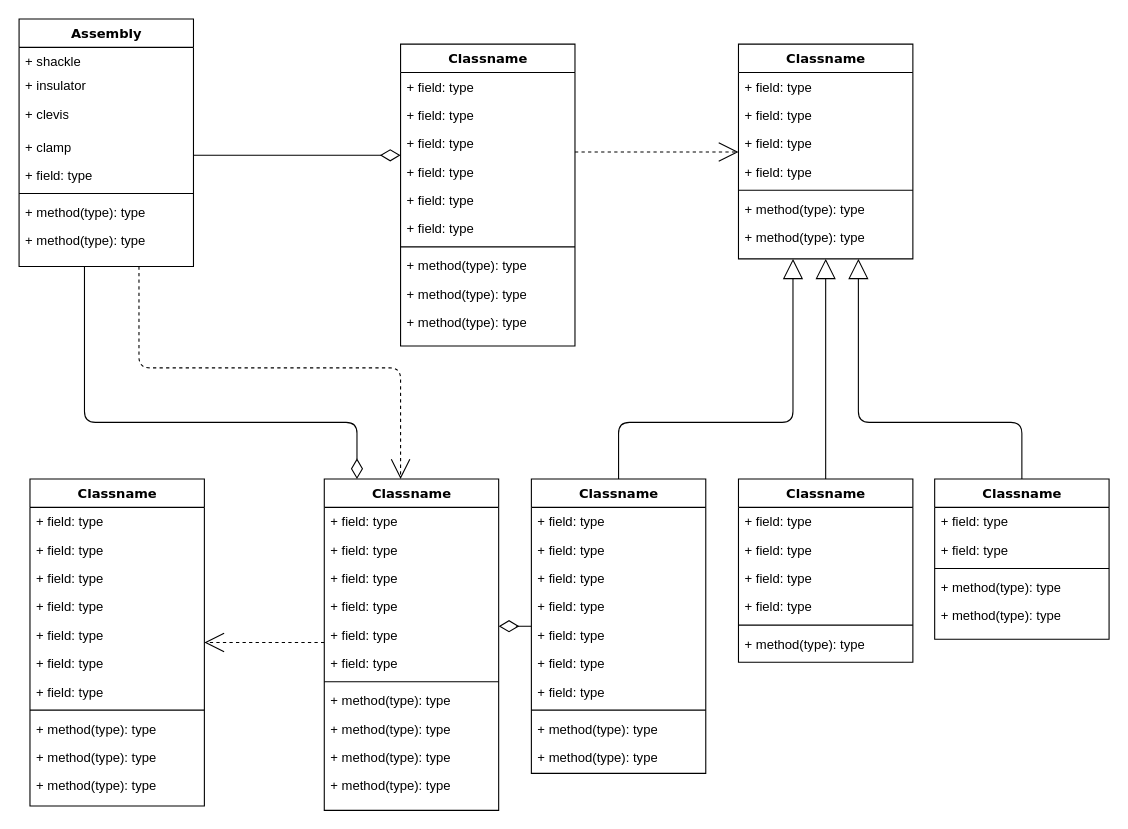
cullinap/eldorado keeps this draw.io diagram as img/Untitled Diagram.drawio. Above is the earlier version. Source tidied: cells renumbered, new cells numbered last; positions are measured from the earlier drawing's top-left corner, leaving out a move shared by most shapes. Both pictures are drawn from the tidied source at 109%, with x=0, y=0 at pixel (19, 19).
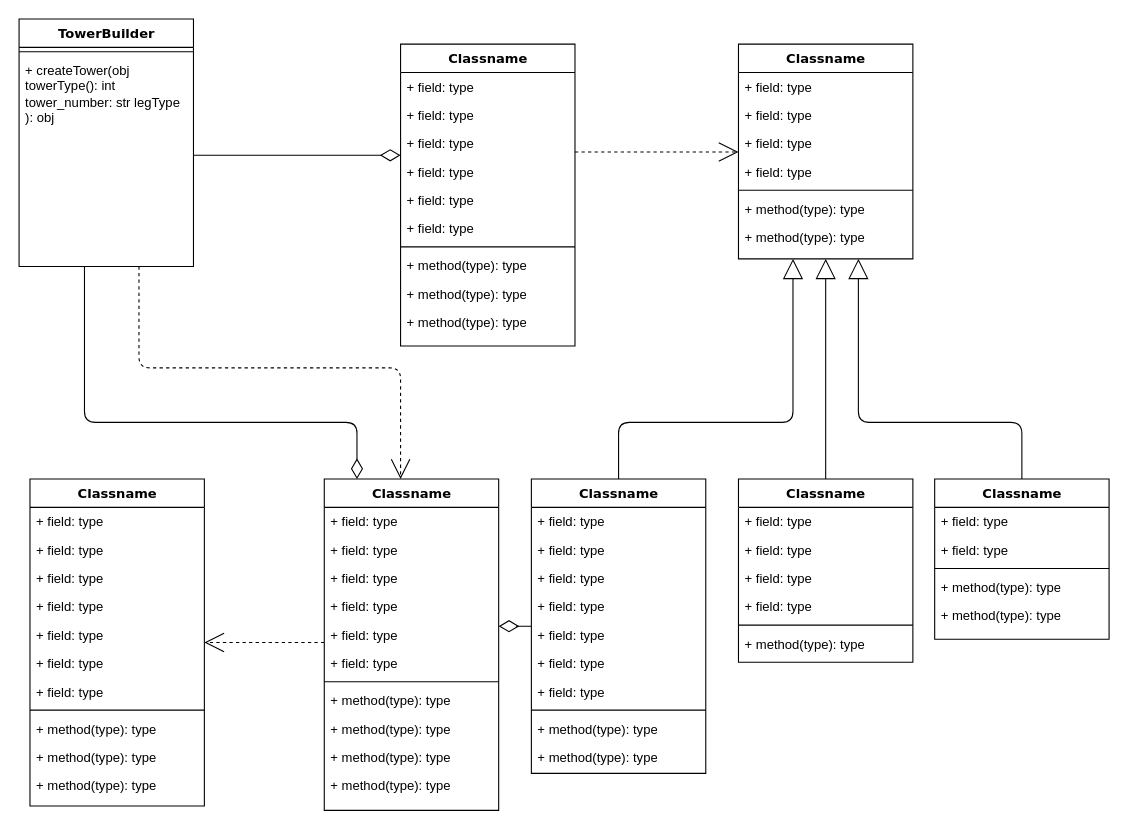
The same diagram, later.

The edit, as a diff of the source:
```diff
@@
-    <mxCell id="4" value="Assembly" style="swimlane;html=1;fontStyle=1;align=center;verticalAlign=top;horizontal=1;startSize=26;swimlaneFillColor=#ffffff;rounded=0;shadow=0;comic=0;labelBackgroundColor=none;strokeWidth=1;fillColor=none;fontFamily=Verdana;fontSize=12;" parent="1" vertex="1">
+    <mxCell id="4" value="TowerBuilder" style="swimlane;html=1;fontStyle=1;align=center;verticalAlign=top;horizontal=1;startSize=26;swimlaneFillColor=#ffffff;rounded=0;shadow=0;comic=0;labelBackgroundColor=none;strokeWidth=1;fillColor=none;fontFamily=Verdana;fontSize=12;" parent="1" vertex="1">
       <mxGeometry width="160" height="227" as="geometry" />
     </mxCell>
-    <mxCell id="5" value="+ shackle" style="text;html=1;strokeColor=none;fillColor=none;align=left;verticalAlign=top;spacingLeft=4;spacingRight=4;whiteSpace=wrap;overflow=hidden;" parent="4" vertex="1">
-      <mxGeometry y="26" width="160" height="22" as="geometry" />
-    </mxCell>
-    <mxCell id="6" value="+ insulator" style="text;html=1;strokeColor=none;fillColor=none;align=left;verticalAlign=top;spacingLeft=4;spacingRight=4;whiteSpace=wrap;overflow=hidden;" parent="4" vertex="1">
-      <mxGeometry y="48" width="160" height="26" as="geometry" />
-    </mxCell>
-    <mxCell id="7" value="+ clevis" style="text;html=1;strokeColor=none;fillColor=none;align=left;verticalAlign=top;spacingLeft=4;spacingRight=4;whiteSpace=wrap;overflow=hidden;" parent="4" vertex="1">
-      <mxGeometry y="74" width="160" height="30" as="geometry" />
-    </mxCell>
-    <mxCell id="8" value="+ clamp" style="text;html=1;strokeColor=none;fillColor=none;align=left;verticalAlign=top;spacingLeft=4;spacingRight=4;whiteSpace=wrap;overflow=hidden;" parent="4" vertex="1">
-      <mxGeometry y="104" width="160" height="26" as="geometry" />
-    </mxCell>
-    <mxCell id="9" value="+ field: type" style="text;html=1;strokeColor=none;fillColor=none;align=left;verticalAlign=top;spacingLeft=4;spacingRight=4;whiteSpace=wrap;overflow=hidden;" parent="4" vertex="1">
-      <mxGeometry y="130" width="160" height="26" as="geometry" />
-    </mxCell>
     <mxCell id="10" style="line;html=1;strokeWidth=1;fillColor=none;align=left;verticalAlign=middle;spacingTop=-1;spacingLeft=3;spacingRight=3;labelPosition=right;" parent="4" vertex="1">
-      <mxGeometry y="156" width="160" height="8" as="geometry" />
+      <mxGeometry y="26" width="160" height="8" as="geometry" />
     </mxCell>
-    <mxCell id="11" value="+ method(type): type" style="text;html=1;strokeColor=none;fillColor=none;align=left;verticalAlign=top;spacingLeft=4;spacingRight=4;whiteSpace=wrap;overflow=hidden;" parent="4" vertex="1">
-      <mxGeometry y="164" width="160" height="26" as="geometry" />
+    <mxCell id="11" value="&lt;div&gt;+ createTower(obj towerType(): int tower_number: str legType&lt;br&gt;&lt;/div&gt;&lt;div&gt;): obj&lt;/div&gt;" style="text;html=1;strokeColor=none;fillColor=none;align=left;verticalAlign=top;spacingLeft=4;spacingRight=4;whiteSpace=wrap;overflow=hidden;" parent="4" vertex="1">
+      <mxGeometry y="34" width="160" height="90" as="geometry" />
     </mxCell>
-    <mxCell id="12" value="+ method(type): type" style="text;html=1;strokeColor=none;fillColor=none;align=left;verticalAlign=top;spacingLeft=4;spacingRight=4;whiteSpace=wrap;overflow=hidden;" parent="4" vertex="1">
-      <mxGeometry y="190" width="160" height="26" as="geometry" />
-    </mxCell>
```
